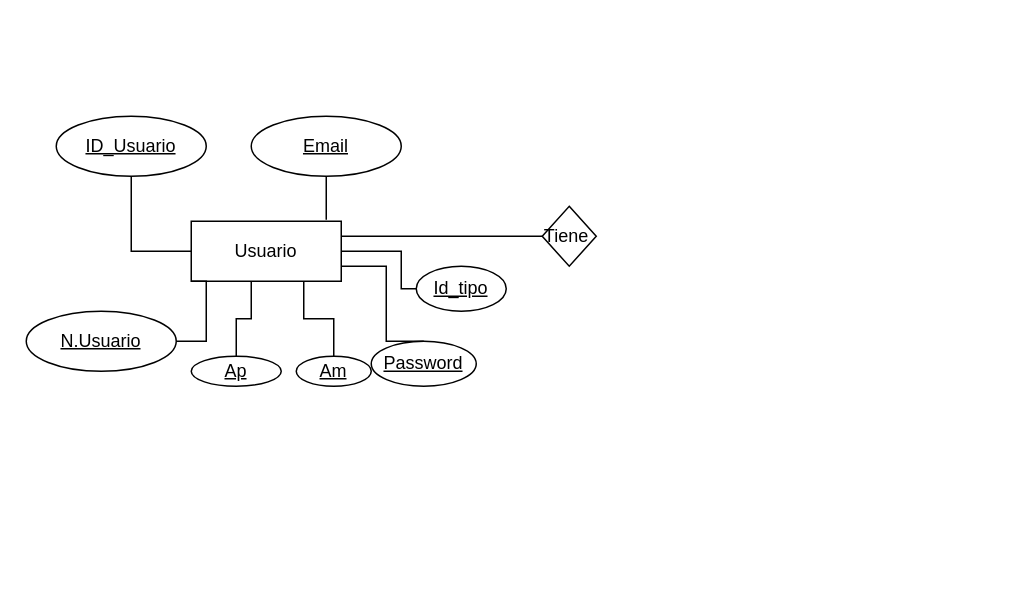
UzielVG10/FUNDAMENTOS-E-BASE-DE-DATOS- keeps this draw.io diagram as Practica 1 .drawio. Above is the earlier version. Source tidied: cells renumbered, new cells numbered last; positions are measured from the earlier drawing's top-left corner, leaving out a move shared by most shapes. Both pictures are drawn from the tidied source at 150%, with x=0, y=0 at pixel (26, 116).
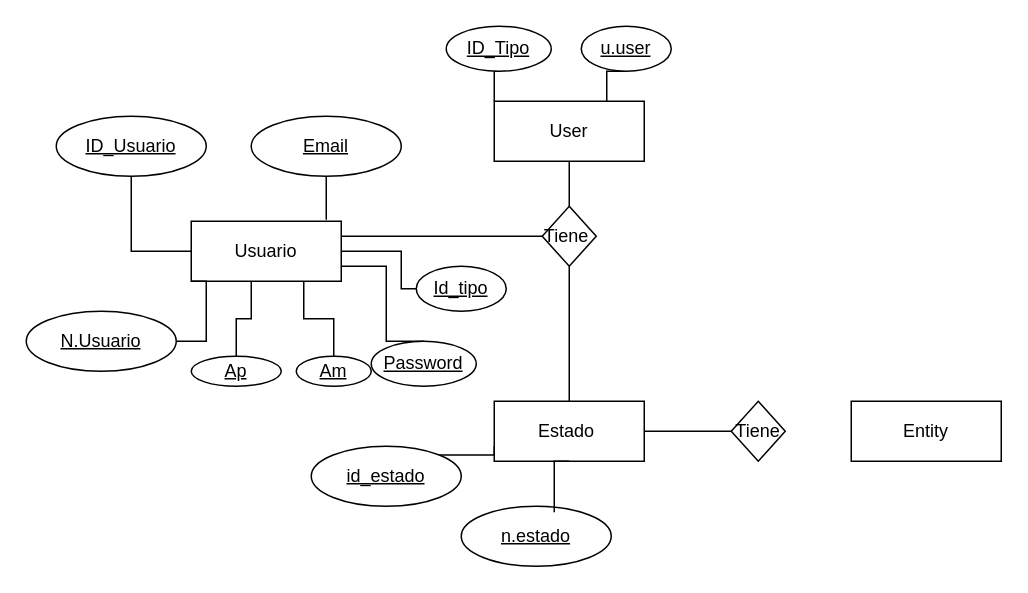
The same diagram, later.

Commit message:
Agregue la relación del usuario y estado

Unchanged cells that the change refers to:
```xml
<mxCell id="18" value="Tiene&amp;nbsp;" style="shape=rhombus;perimeter=rhombusPerimeter;whiteSpace=wrap;html=1;align=center;" parent="1" vertex="1">
  <mxGeometry x="344" y="60" width="36" height="40" as="geometry" />
</mxCell>
```

Diff of the diagram source:
```diff
@@
+    <mxCell id="19" style="edgeStyle=orthogonalEdgeStyle;rounded=0;jettySize=auto;html=1;exitX=0.5;exitY=1;exitDx=0;exitDy=0;endArrow=none;endFill=0;" parent="1" edge="1" source="18" target="27">
+      <mxGeometry relative="1" as="geometry" />
+    </mxCell>
@@
+    <mxCell id="20" style="edgeStyle=orthogonalEdgeStyle;rounded=0;jettySize=auto;html=1;exitX=0.5;exitY=1;exitDx=0;exitDy=0;entryX=0.5;entryY=0;entryDx=0;entryDy=0;endArrow=none;endFill=0;" parent="1" edge="1" source="21" target="18">
+      <mxGeometry relative="1" as="geometry" />
+    </mxCell>
+    <mxCell id="21" value="User" style="whiteSpace=wrap;html=1;align=center;" parent="1" vertex="1">
+      <mxGeometry x="312" y="-10" width="100" height="40" as="geometry" />
+    </mxCell>
+    <mxCell id="22" style="edgeStyle=orthogonalEdgeStyle;rounded=0;jettySize=auto;html=1;exitX=0.5;exitY=1;exitDx=0;exitDy=0;entryX=0;entryY=0;entryDx=0;entryDy=0;endArrow=none;endFill=0;" parent="1" edge="1" source="23" target="21">
+      <mxGeometry relative="1" as="geometry" />
+    </mxCell>
+    <mxCell id="23" value="ID_Tipo" style="ellipse;whiteSpace=wrap;html=1;align=center;fontStyle=20;" parent="1" vertex="1">
+      <mxGeometry x="280" y="-60" width="70" height="30" as="geometry" />
+    </mxCell>
+    <mxCell id="24" style="edgeStyle=orthogonalEdgeStyle;rounded=0;jettySize=auto;html=1;exitX=0.5;exitY=1;exitDx=0;exitDy=0;entryX=0.75;entryY=0;entryDx=0;entryDy=0;endArrow=none;endFill=0;" parent="1" edge="1" source="25" target="21">
+      <mxGeometry relative="1" as="geometry" />
+    </mxCell>
+    <mxCell id="25" value="u.user" style="ellipse;whiteSpace=wrap;html=1;align=center;fontStyle=20;" parent="1" vertex="1">
+      <mxGeometry x="370" y="-60" width="60" height="30" as="geometry" />
+    </mxCell>
+    <mxCell id="26" style="edgeStyle=orthogonalEdgeStyle;rounded=0;jettySize=auto;html=1;exitX=1;exitY=0.5;exitDx=0;exitDy=0;endArrow=none;endFill=0;" parent="1" edge="1" source="27" target="32">
+      <mxGeometry relative="1" as="geometry" />
+    </mxCell>
+    <mxCell id="27" value="Estado&amp;nbsp;" style="whiteSpace=wrap;html=1;align=center;" parent="1" vertex="1">
+      <mxGeometry x="312" y="190" width="100" height="40" as="geometry" />
+    </mxCell>
+    <mxCell id="28" style="edgeStyle=orthogonalEdgeStyle;rounded=0;jettySize=auto;html=1;exitX=1;exitY=0;exitDx=0;exitDy=0;entryX=0;entryY=0.75;entryDx=0;entryDy=0;endArrow=none;endFill=0;" parent="1" edge="1" source="29" target="27">
+      <mxGeometry relative="1" as="geometry" />
+    </mxCell>
+    <mxCell id="29" value="id_estado" style="ellipse;whiteSpace=wrap;html=1;align=center;fontStyle=20;" parent="1" vertex="1">
+      <mxGeometry x="190" y="220" width="100" height="40" as="geometry" />
+    </mxCell>
+    <mxCell id="30" value="n.estado" style="ellipse;whiteSpace=wrap;html=1;align=center;fontStyle=20;" parent="1" vertex="1">
+      <mxGeometry x="290" y="260" width="100" height="40" as="geometry" />
+    </mxCell>
+    <mxCell id="31" style="edgeStyle=orthogonalEdgeStyle;rounded=0;jettySize=auto;html=1;exitX=0.5;exitY=1;exitDx=0;exitDy=0;entryX=0.62;entryY=0.1;entryDx=0;entryDy=0;entryPerimeter=0;endArrow=none;endFill=0;" parent="1" edge="1" source="27" target="30">
+      <mxGeometry relative="1" as="geometry" />
+    </mxCell>
+    <mxCell id="32" value="Tiene" style="shape=rhombus;perimeter=rhombusPerimeter;whiteSpace=wrap;html=1;align=center;" parent="1" vertex="1">
+      <mxGeometry x="470" y="190" width="36" height="40" as="geometry" />
+    </mxCell>
+    <mxCell id="33" value="Entity" style="whiteSpace=wrap;html=1;align=center;" parent="1" vertex="1">
+      <mxGeometry x="550" y="190" width="100" height="40" as="geometry" />
+    </mxCell>
```
